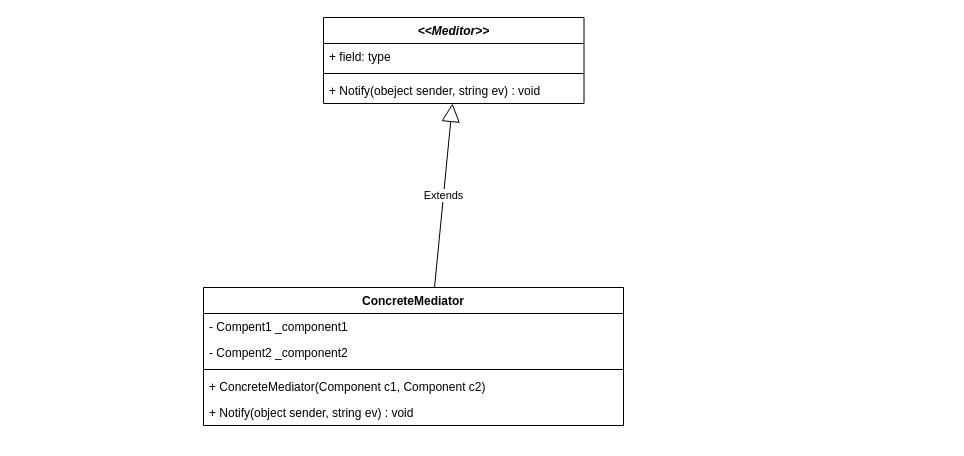
Before: Mediator.drawio in QAQSly/QAQSly, a draw.io diagram. Source tidied: cells renumbered, new cells numbered last; positions are measured from the earlier drawing's top-left corner, leaving out a move shared by most shapes. Both pictures are drawn from the tidied source at 100%, with x=0, y=0 at pixel (203, 17).
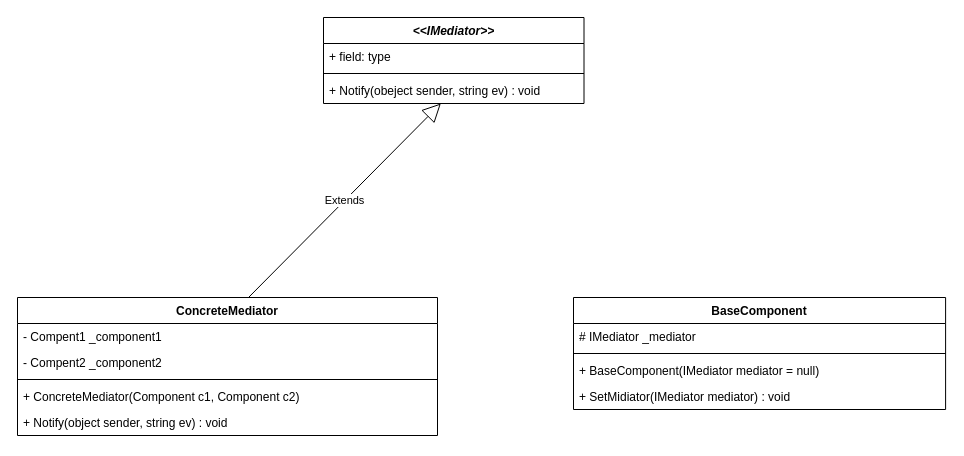
The same page after the edit.

Diff of the diagram source:
```diff
@@
 <mxGraphModel>
   <root>
     <mxCell id="0" />
     <mxCell id="1" parent="0" />
-    <mxCell id="2" value="&lt;i&gt;&amp;lt;&amp;lt;Meditor&amp;gt;&amp;gt;&lt;/i&gt;" style="swimlane;fontStyle=1;align=center;verticalAlign=top;horizontal=1;startSize=26;whiteSpace=wrap;html=1;" parent="1" vertex="1">
+    <mxCell id="2" value="&lt;i&gt;&amp;lt;&amp;lt;IMediator&amp;gt;&amp;gt;&lt;/i&gt;" style="swimlane;fontStyle=1;align=center;verticalAlign=top;horizontal=1;startSize=26;whiteSpace=wrap;html=1;" parent="1" vertex="1">
       <mxGeometry x="120" width="260.5" height="86" as="geometry" />
     </mxCell>
     <mxCell id="3" value="+ field: type" style="text;strokeColor=none;fillColor=none;align=left;verticalAlign=top;spacingLeft=4;spacingRight=4;overflow=hidden;whiteSpace=wrap;html=1;" parent="2" vertex="1">
       <mxGeometry y="26" width="260.5" height="26" as="geometry" />
     </mxCell>
     <mxCell id="4" style="line;strokeWidth=1;fillColor=none;align=left;verticalAlign=middle;spacingTop=-1;spacingLeft=3;spacingRight=3;labelPosition=right;strokeColor=inherit;" parent="2" vertex="1">
       <mxGeometry y="52" width="260.5" height="8" as="geometry" />
     </mxCell>
     <mxCell id="5" value="+ Notify(obeject sender, string ev) : void" style="text;strokeColor=none;fillColor=none;align=left;verticalAlign=top;spacingLeft=4;spacingRight=4;overflow=hidden;points=[[0,0.5],[1,0.5]];portConstraint=eastwest;whiteSpace=wrap;html=1;" parent="2" vertex="1">
       <mxGeometry y="60" width="260.5" height="26" as="geometry" />
     </mxCell>
     <mxCell id="6" value="ConcreteMediator" style="swimlane;fontStyle=1;align=center;verticalAlign=top;horizontal=1;startSize=26;whiteSpace=wrap;html=1;" parent="1" vertex="1">
-      <mxGeometry y="270" width="420" height="138" as="geometry" />
+      <mxGeometry x="-186" y="280" width="420" height="138" as="geometry" />
     </mxCell>
     <mxCell id="7" value="- Compent1 _component1&lt;div&gt;&lt;br&gt;&lt;/div&gt;&lt;div&gt;&lt;br&gt;&lt;/div&gt;" style="text;strokeColor=none;fillColor=none;align=left;verticalAlign=top;spacingLeft=4;spacingRight=4;overflow=hidden;whiteSpace=wrap;html=1;" parent="6" vertex="1">
       <mxGeometry y="26" width="420" height="26" as="geometry" />
     </mxCell>
     <mxCell id="8" value="- Compent2 _component2" style="text;strokeColor=none;fillColor=none;align=left;verticalAlign=top;spacingLeft=4;spacingRight=4;overflow=hidden;whiteSpace=wrap;html=1;" parent="6" vertex="1">
       <mxGeometry y="52" width="420" height="26" as="geometry" />
     </mxCell>
     <mxCell id="9" style="line;strokeWidth=1;fillColor=none;align=left;verticalAlign=middle;spacingTop=-1;spacingLeft=3;spacingRight=3;labelPosition=right;strokeColor=inherit;" parent="6" vertex="1">
       <mxGeometry y="78" width="420" height="8" as="geometry" />
     </mxCell>
     <mxCell id="10" value="+ ConcreteMediator(Component c1, Component c2)" style="text;strokeColor=none;fillColor=none;align=left;verticalAlign=top;spacingLeft=4;spacingRight=4;overflow=hidden;whiteSpace=wrap;html=1;" parent="6" vertex="1">
       <mxGeometry y="86" width="420" height="26" as="geometry" />
     </mxCell>
     <mxCell id="11" value="+ Notify(object sender, string ev) : void" style="text;strokeColor=none;fillColor=none;align=left;verticalAlign=top;spacingLeft=4;spacingRight=4;overflow=hidden;whiteSpace=wrap;html=1;" parent="6" vertex="1">
       <mxGeometry y="112" width="420" height="26" as="geometry" />
     </mxCell>
     <mxCell id="12" value="Extends" style="endArrow=block;endSize=16;endFill=0;html=1;rounded=0;exitX=0.55;exitY=0;exitDx=0;exitDy=0;exitPerimeter=0;" parent="1" edge="1" source="6" target="5">
       <mxGeometry relative="1" as="geometry" />
     </mxCell>
+    <mxCell id="13" value="BaseComponent" style="swimlane;fontStyle=1;align=center;verticalAlign=top;horizontal=1;startSize=26;whiteSpace=wrap;html=1;" parent="1" vertex="1">
+      <mxGeometry x="370" y="280" width="372.1" height="112" as="geometry" />
+    </mxCell>
+    <mxCell id="14" value="# IMediator _mediator" style="text;strokeColor=none;fillColor=none;align=left;verticalAlign=top;spacingLeft=4;spacingRight=4;overflow=hidden;whiteSpace=wrap;html=1;" parent="13" vertex="1">
+      <mxGeometry y="26" width="372.1" height="26" as="geometry" />
+    </mxCell>
+    <mxCell id="15" style="line;strokeWidth=1;fillColor=none;align=left;verticalAlign=middle;spacingTop=-1;spacingLeft=3;spacingRight=3;labelPosition=right;strokeColor=inherit;" parent="13" vertex="1">
+      <mxGeometry y="52" width="372.1" height="8" as="geometry" />
+    </mxCell>
+    <mxCell id="16" value="+ BaseComponent(IMediator mediator = null)&amp;nbsp;" style="text;strokeColor=none;fillColor=none;align=left;verticalAlign=top;spacingLeft=4;spacingRight=4;overflow=hidden;whiteSpace=wrap;html=1;" parent="13" vertex="1">
+      <mxGeometry y="60" width="372.1" height="26" as="geometry" />
+    </mxCell>
+    <mxCell id="17" value="+ SetMidiator(IMediator mediator) : void" style="text;strokeColor=none;fillColor=none;align=left;verticalAlign=top;spacingLeft=4;spacingRight=4;overflow=hidden;whiteSpace=wrap;html=1;" parent="13" vertex="1">
+      <mxGeometry y="86" width="372.1" height="26" as="geometry" />
+    </mxCell>
   </root>
 </mxGraphModel>
```
